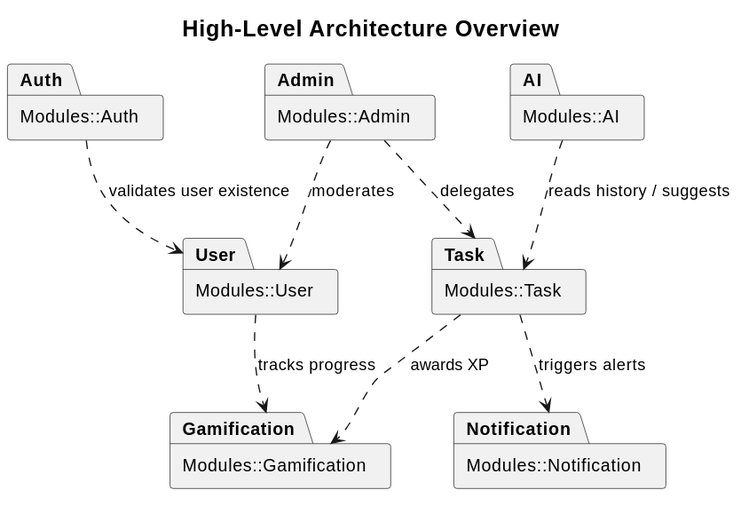
Above: docs/classes/assets/architecture.svg in BerlyCS/AlToke (PlantUML), before the change. Its diagram source:
```plantuml
@startuml
!include style.puml
title <size:18><b>High-Level Architecture Overview</b></size>

package "Modules::Auth" as Auth
package "Modules::User" as User
package "Modules::Task" as Task
package "Modules::Gamification" as Gamification
package "Modules::AI" as AI
package "Modules::Admin" as Admin
package "Modules::Notification" as Notification

Auth ..> User : validates user existence
Task ..> Gamification : awards XP
Task ..> Notification : triggers alerts
AI ..> Task : reads history / suggests
Admin ..> User : moderates
Admin ..> Task : delegates
User ..> Gamification : tracks progress
@enduml
```
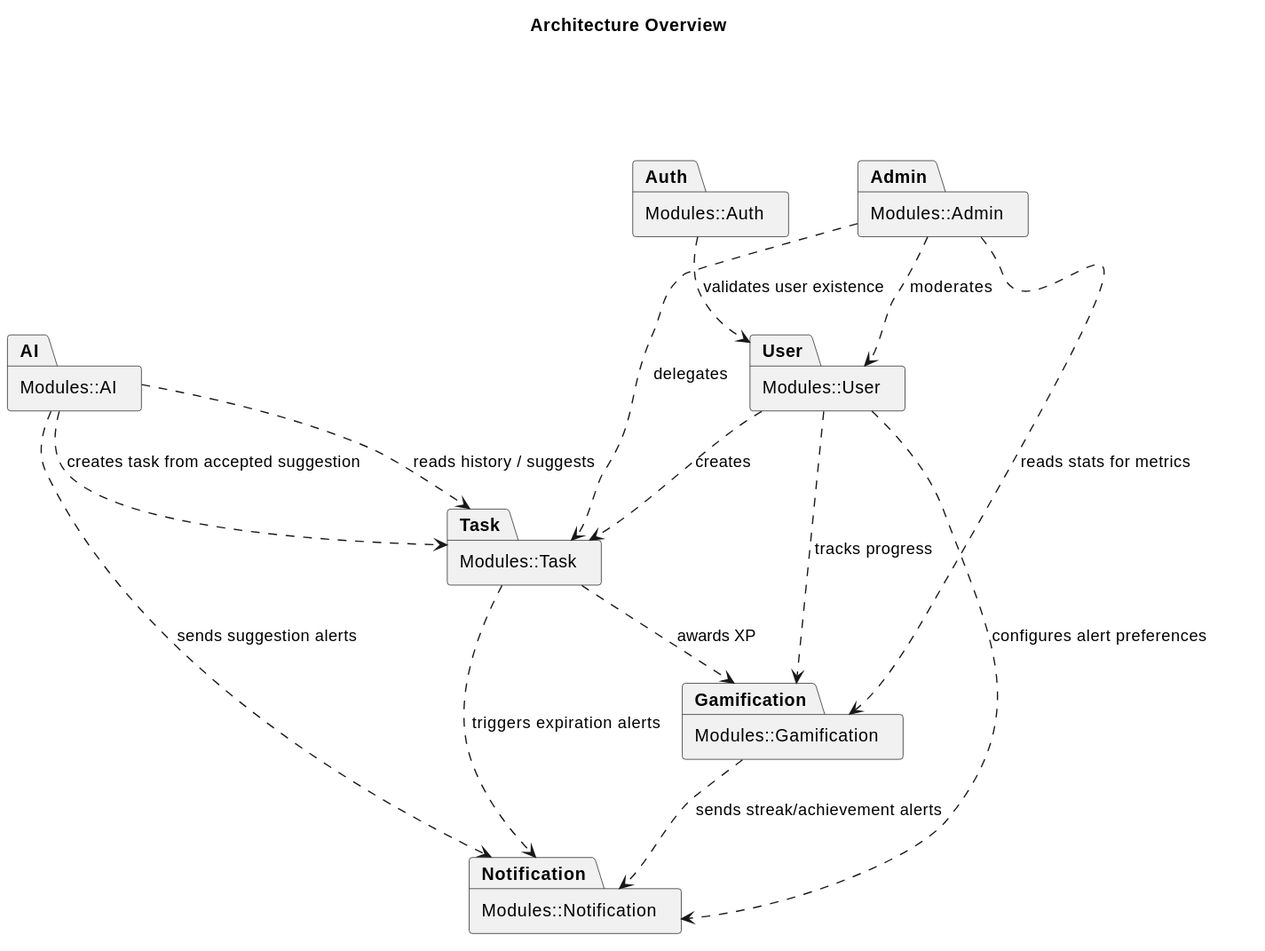
After the commit.

Diff of the diagram source:
```diff
@@ -1,6 +1,6 @@
 @startuml
 !include style.puml
-title <size:18><b>High-Level Architecture Overview</b></size>
+title Architecture Overview
 
 package "Modules::Auth" as Auth
 package "Modules::User" as User
@@ -11,10 +11,16 @@
 package "Modules::Notification" as Notification
 
 Auth ..> User : validates user existence
+User ..> Task : creates
+User ..> Notification : configures alert preferences
 Task ..> Gamification : awards XP
-Task ..> Notification : triggers alerts
+Task ..> Notification : triggers expiration alerts
 AI ..> Task : reads history / suggests
+AI ..> Task : creates task from accepted suggestion
+AI ..> Notification : sends suggestion alerts
+Gamification ..> Notification : sends streak/achievement alerts
 Admin ..> User : moderates
 Admin ..> Task : delegates
+Admin ..> Gamification : reads stats for metrics
 User ..> Gamification : tracks progress
 @enduml
```
